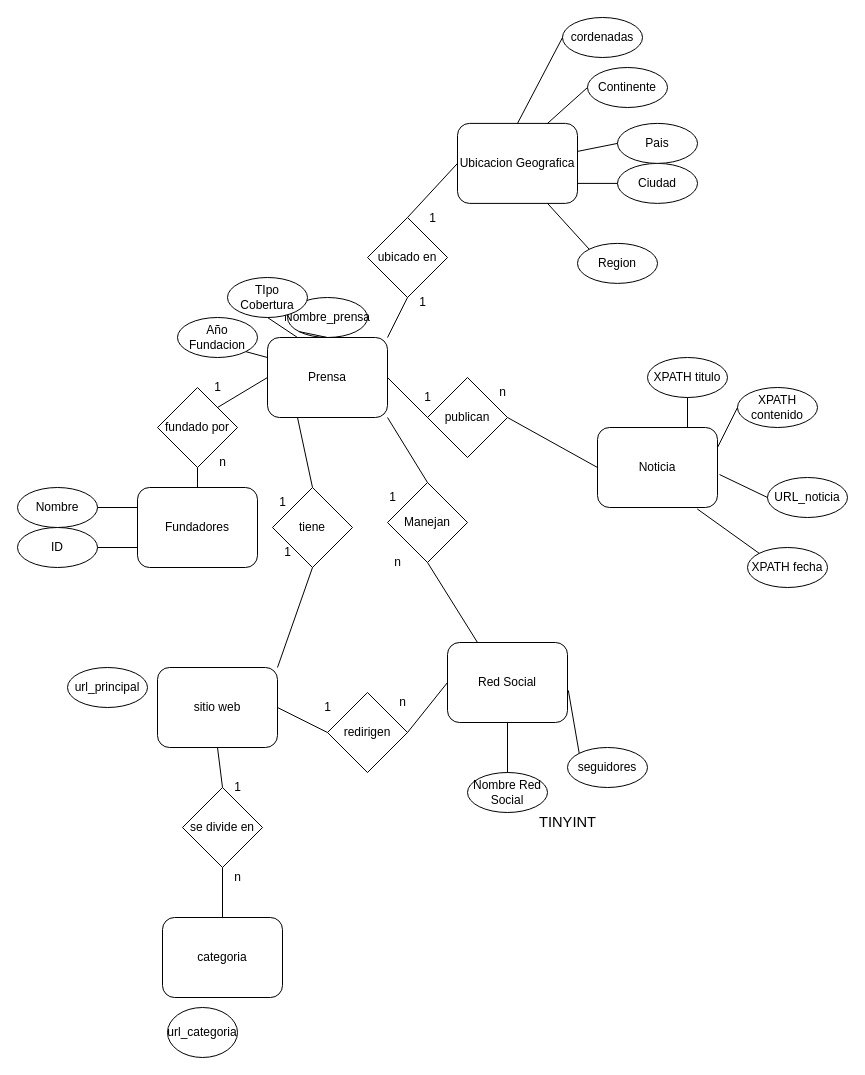
The draw.io diagram Parte-A/CubaMedios.drawio in Paskiben/INFO133-equipo12, before the edit. Source tidied: cells renumbered, new cells numbered last; positions are measured from the earlier drawing's top-left corner, leaving out a move shared by most shapes. Both pictures are drawn from the tidied source at 100%, with x=0, y=0 at pixel (17, 17).
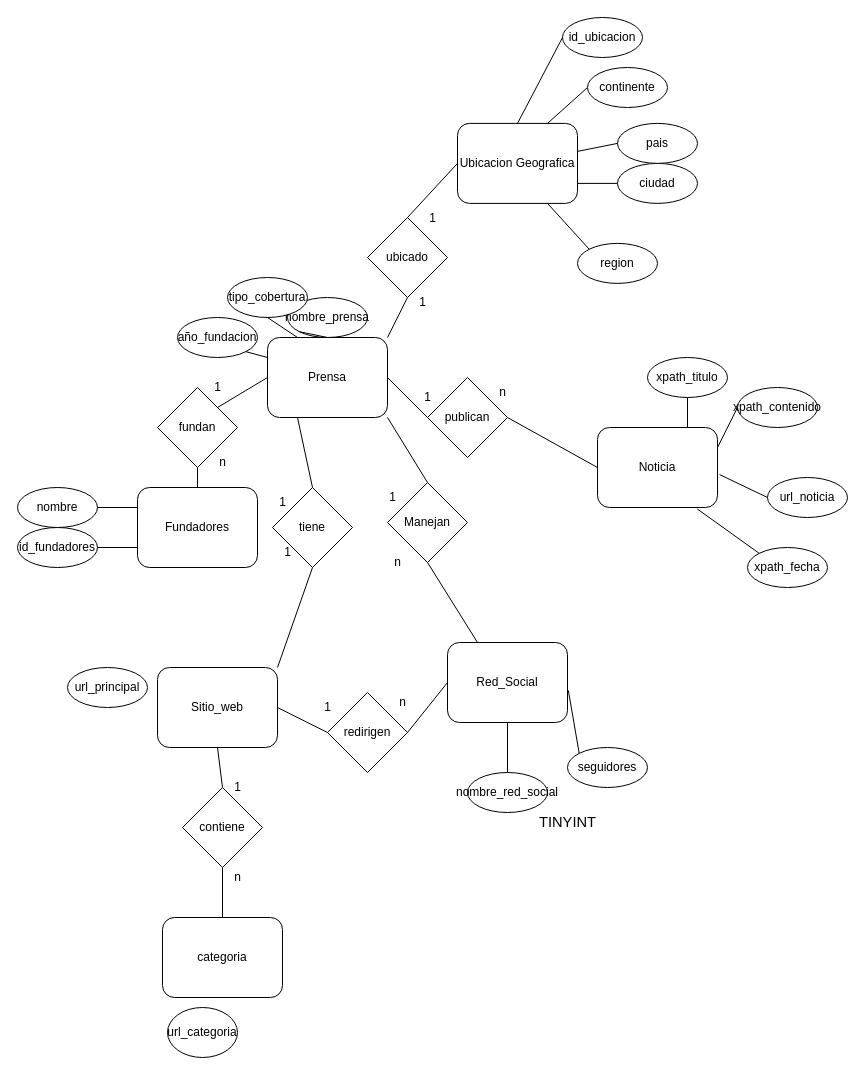
Above is the later version.

Commit message:
cambios en el diagrama entidad relacion

Change to the diagram source:
```diff
@@
-    <mxCell id="2" value="Nombre_prensa" style="ellipse;whiteSpace=wrap;html=1;" parent="1" vertex="1">
+    <mxCell id="2" value="nombre_prensa" style="ellipse;whiteSpace=wrap;html=1;" parent="1" vertex="1">
       <mxGeometry x="270" y="280" width="80" height="40" as="geometry" />
     </mxCell>
-    <mxCell id="3" value="Ciudad" style="ellipse;whiteSpace=wrap;html=1;" parent="1" vertex="1">
+    <mxCell id="3" value="ciudad" style="ellipse;whiteSpace=wrap;html=1;" parent="1" vertex="1">
       <mxGeometry x="600" y="145.9" width="80" height="40" as="geometry" />
     </mxCell>
-    <mxCell id="4" value="Region" style="ellipse;whiteSpace=wrap;html=1;" parent="1" vertex="1">
+    <mxCell id="4" value="region" style="ellipse;whiteSpace=wrap;html=1;" parent="1" vertex="1">
       <mxGeometry x="560" y="225.9" width="80" height="40" as="geometry" />
     </mxCell>
-    <mxCell id="5" value="Pais" style="ellipse;whiteSpace=wrap;html=1;" parent="1" vertex="1">
+    <mxCell id="5" value="pais" style="ellipse;whiteSpace=wrap;html=1;" parent="1" vertex="1">
       <mxGeometry x="600" y="105.9" width="80" height="40" as="geometry" />
     </mxCell>
-    <mxCell id="6" value="Continente" style="ellipse;whiteSpace=wrap;html=1;" parent="1" vertex="1">
+    <mxCell id="6" value="continente" style="ellipse;whiteSpace=wrap;html=1;" parent="1" vertex="1">
       <mxGeometry x="570" y="50" width="80" height="40" as="geometry" />
     </mxCell>
-    <mxCell id="7" value="Nombre" style="ellipse;whiteSpace=wrap;html=1;" parent="1" vertex="1">
+    <mxCell id="7" value="nombre" style="ellipse;whiteSpace=wrap;html=1;" parent="1" vertex="1">
       <mxGeometry y="470" width="80" height="40" as="geometry" />
     </mxCell>
@@
-    <mxCell id="11" value="Año Fundacion" style="ellipse;whiteSpace=wrap;html=1;" parent="1" vertex="1">
+    <mxCell id="11" value="año_fundacion" style="ellipse;whiteSpace=wrap;html=1;" parent="1" vertex="1">
       <mxGeometry x="160" y="300" width="80" height="40" as="geometry" />
     </mxCell>
-    <mxCell id="12" value="TIpo Cobertura" style="ellipse;whiteSpace=wrap;html=1;" parent="1" vertex="1">
+    <mxCell id="12" value="tipo_cobertura" style="ellipse;whiteSpace=wrap;html=1;" parent="1" vertex="1">
       <mxGeometry x="210" y="260" width="80" height="40" as="geometry" />
     </mxCell>
@@
-    <mxCell id="14" value="Red Social" style="rounded=1;whiteSpace=wrap;html=1;" parent="1" vertex="1">
+    <mxCell id="14" value="Red_Social" style="rounded=1;whiteSpace=wrap;html=1;" parent="1" vertex="1">
       <mxGeometry x="430" y="625" width="120" height="80" as="geometry" />
     </mxCell>
-    <mxCell id="15" value="Nombre Red Social" style="ellipse;whiteSpace=wrap;html=1;" parent="1" vertex="1">
+    <mxCell id="15" value="nombre_red_social" style="ellipse;whiteSpace=wrap;html=1;" parent="1" vertex="1">
       <mxGeometry x="450" y="755" width="80" height="40" as="geometry" />
     </mxCell>
-    <mxCell id="16" value="ID" style="ellipse;whiteSpace=wrap;html=1;" parent="1" vertex="1">
+    <mxCell id="16" value="id_fundadores" style="ellipse;whiteSpace=wrap;html=1;" parent="1" vertex="1">
       <mxGeometry y="510" width="80" height="40" as="geometry" />
     </mxCell>
@@
-    <mxCell id="28" value="URL_noticia" style="ellipse;whiteSpace=wrap;html=1;" parent="1" vertex="1">
+    <mxCell id="28" value="url_noticia" style="ellipse;whiteSpace=wrap;html=1;" parent="1" vertex="1">
       <mxGeometry x="750" y="460" width="80" height="40" as="geometry" />
     </mxCell>
@@
-    <mxCell id="30" value="XPATH fecha" style="ellipse;whiteSpace=wrap;html=1;" parent="1" vertex="1">
+    <mxCell id="30" value="xpath_fecha" style="ellipse;whiteSpace=wrap;html=1;" parent="1" vertex="1">
       <mxGeometry x="730" y="530" width="80" height="40" as="geometry" />
     </mxCell>
-    <mxCell id="31" value="XPATH titulo" style="ellipse;whiteSpace=wrap;html=1;" parent="1" vertex="1">
+    <mxCell id="31" value="xpath_titulo" style="ellipse;whiteSpace=wrap;html=1;" parent="1" vertex="1">
       <mxGeometry x="630" y="340" width="80" height="40" as="geometry" />
     </mxCell>
-    <mxCell id="32" value="XPATH contenido" style="ellipse;whiteSpace=wrap;html=1;" parent="1" vertex="1">
+    <mxCell id="32" value="xpath_contenido" style="ellipse;whiteSpace=wrap;html=1;" parent="1" vertex="1">
       <mxGeometry x="720" y="370" width="80" height="40" as="geometry" />
     </mxCell>
@@
-    <mxCell id="36" value="fundado por" style="rhombus;whiteSpace=wrap;html=1;" parent="1" vertex="1">
+    <mxCell id="36" value="fundan" style="rhombus;whiteSpace=wrap;html=1;" parent="1" vertex="1">
       <mxGeometry x="140" y="370" width="80" height="80" as="geometry" />
     </mxCell>
@@
-    <mxCell id="46" value="ubicado en" style="rhombus;whiteSpace=wrap;html=1;" parent="1" vertex="1">
+    <mxCell id="46" value="ubicado" style="rhombus;whiteSpace=wrap;html=1;" parent="1" vertex="1">
       <mxGeometry x="350" y="200" width="80" height="80" as="geometry" />
     </mxCell>
@@
-    <mxCell id="60" value="sitio web" style="rounded=1;whiteSpace=wrap;html=1;" parent="1" vertex="1">
+    <mxCell id="60" value="Sitio_web" style="rounded=1;whiteSpace=wrap;html=1;" parent="1" vertex="1">
       <mxGeometry x="140" y="650" width="120" height="80" as="geometry" />
     </mxCell>
@@
-    <mxCell id="71" value="se divide en" style="rhombus;whiteSpace=wrap;html=1;" parent="1" vertex="1">
+    <mxCell id="71" value="contiene" style="rhombus;whiteSpace=wrap;html=1;" parent="1" vertex="1">
       <mxGeometry x="165" y="770" width="80" height="80" as="geometry" />
     </mxCell>
@@
-    <mxCell id="78" value="cordenadas" style="ellipse;whiteSpace=wrap;html=1;" parent="1" vertex="1">
+    <mxCell id="78" value="id_ubicacion" style="ellipse;whiteSpace=wrap;html=1;" parent="1" vertex="1">
       <mxGeometry x="545" width="80" height="40" as="geometry" />
     </mxCell>
```
